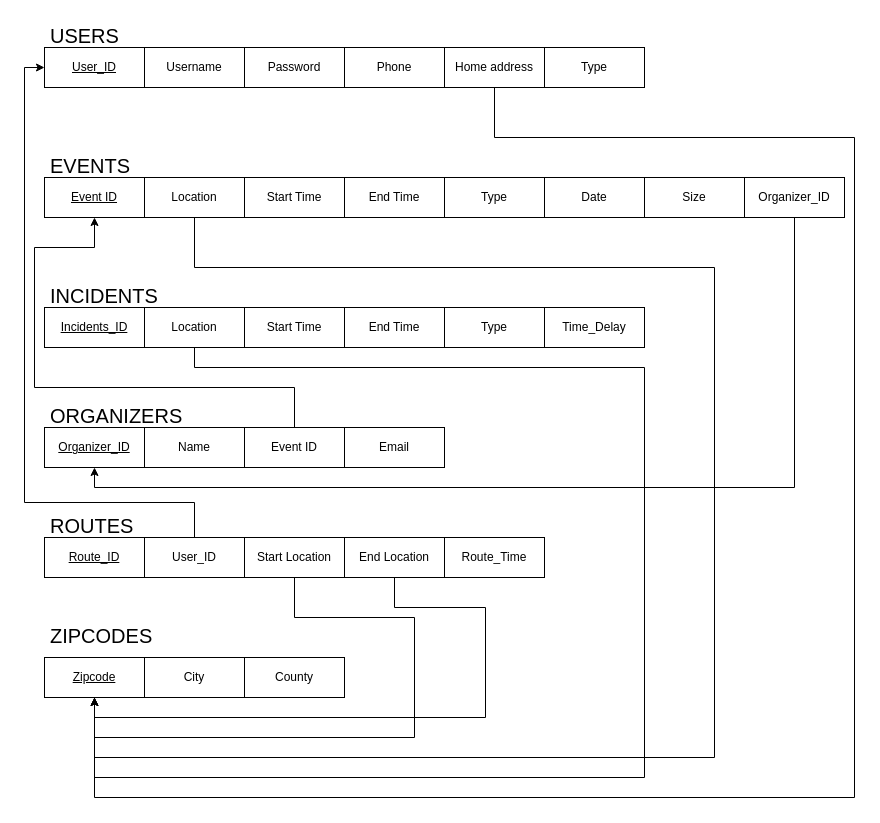
Before: src/TrafficSeeIllustrativeDiagram.drawio in mariababko/TrafficSee, a draw.io diagram. Source tidied: cells renumbered, new cells numbered last; positions are measured from the earlier drawing's top-left corner, leaving out a move shared by most shapes. Both pictures are drawn from the tidied source at 100%, with x=0, y=0 at pixel (24, 17).
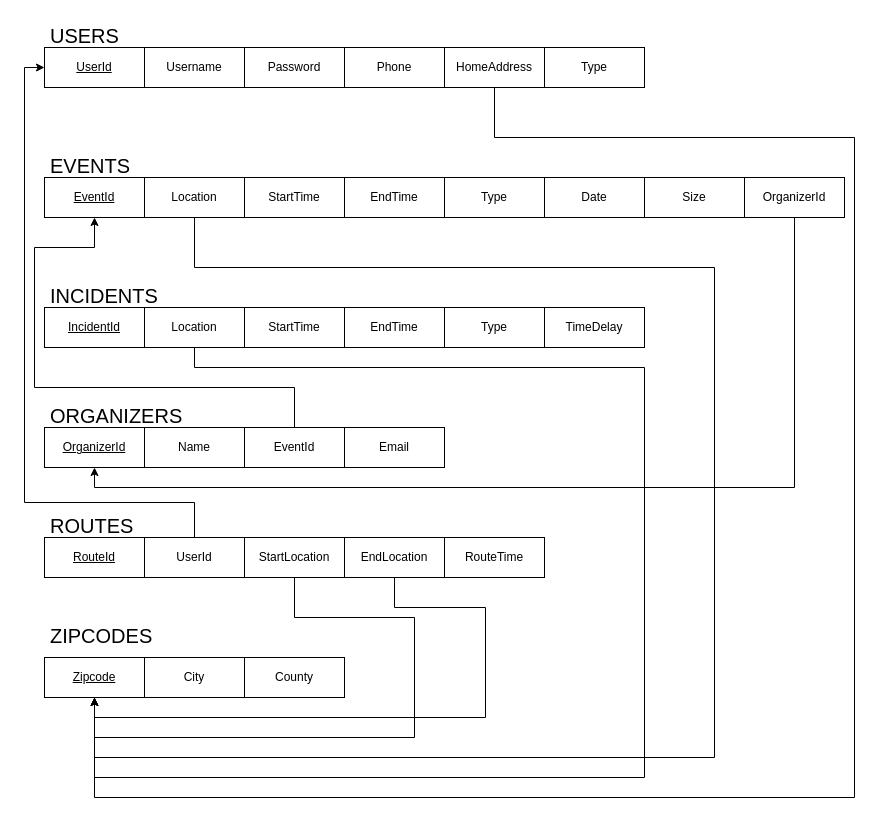
After the change.

The edit, as a diff of the source:
```diff
@@
-    <mxCell id="3" value="&lt;u&gt;User_ID&lt;/u&gt;" style="whiteSpace=wrap;html=1;align=center;" parent="1" vertex="1">
+    <mxCell id="3" value="&lt;u&gt;UserId&lt;/u&gt;" style="whiteSpace=wrap;html=1;align=center;" parent="1" vertex="1">
       <mxGeometry x="20" y="30" width="100" height="40" as="geometry" />
     </mxCell>
@@
-    <mxCell id="8" value="Home address" style="whiteSpace=wrap;html=1;align=center;" parent="1" vertex="1">
+    <mxCell id="8" value="HomeAddress" style="whiteSpace=wrap;html=1;align=center;" parent="1" vertex="1">
       <mxGeometry x="420" y="30" width="100" height="40" as="geometry" />
     </mxCell>
@@
-    <mxCell id="12" value="&lt;u&gt;Event ID&lt;/u&gt;" style="whiteSpace=wrap;html=1;align=center;" parent="1" vertex="1">
+    <mxCell id="12" value="&lt;u&gt;EventId&lt;/u&gt;" style="whiteSpace=wrap;html=1;align=center;" parent="1" vertex="1">
       <mxGeometry x="20" y="160" width="100" height="40" as="geometry" />
     </mxCell>
-    <mxCell id="13" value="Start Time" style="whiteSpace=wrap;html=1;align=center;" parent="1" vertex="1">
+    <mxCell id="13" value="StartTime" style="whiteSpace=wrap;html=1;align=center;" parent="1" vertex="1">
       <mxGeometry x="220" y="160" width="100" height="40" as="geometry" />
     </mxCell>
@@
-    <mxCell id="15" value="End Time" style="whiteSpace=wrap;html=1;align=center;" parent="1" vertex="1">
+    <mxCell id="15" value="EndTime" style="whiteSpace=wrap;html=1;align=center;" parent="1" vertex="1">
       <mxGeometry x="320" y="160" width="100" height="40" as="geometry" />
     </mxCell>
@@
-    <mxCell id="21" value="&lt;u&gt;Incidents_ID&lt;/u&gt;" style="whiteSpace=wrap;html=1;align=center;" parent="1" vertex="1">
+    <mxCell id="21" value="&lt;u&gt;IncidentId&lt;/u&gt;" style="whiteSpace=wrap;html=1;align=center;" parent="1" vertex="1">
       <mxGeometry x="20" y="290" width="100" height="40" as="geometry" />
     </mxCell>
-    <mxCell id="22" value="Start Time" style="whiteSpace=wrap;html=1;align=center;" parent="1" vertex="1">
+    <mxCell id="22" value="StartTime" style="whiteSpace=wrap;html=1;align=center;" parent="1" vertex="1">
       <mxGeometry x="220" y="290" width="100" height="40" as="geometry" />
     </mxCell>
@@
-    <mxCell id="24" value="End Time" style="whiteSpace=wrap;html=1;align=center;" parent="1" vertex="1">
+    <mxCell id="24" value="EndTime" style="whiteSpace=wrap;html=1;align=center;" parent="1" vertex="1">
       <mxGeometry x="320" y="290" width="100" height="40" as="geometry" />
     </mxCell>
@@
-    <mxCell id="27" value="&lt;u&gt;Organizer_ID&lt;/u&gt;" style="whiteSpace=wrap;html=1;align=center;" parent="1" vertex="1">
+    <mxCell id="27" value="&lt;u&gt;OrganizerId&lt;/u&gt;" style="whiteSpace=wrap;html=1;align=center;" parent="1" vertex="1">
       <mxGeometry x="20" y="410" width="100" height="40" as="geometry" />
     </mxCell>
@@
-    <mxCell id="29" value="Event ID" style="whiteSpace=wrap;html=1;align=center;" parent="1" vertex="1">
+    <mxCell id="29" value="EventId" style="whiteSpace=wrap;html=1;align=center;" parent="1" vertex="1">
       <mxGeometry x="220" y="410" width="100" height="40" as="geometry" />
     </mxCell>
@@
-    <mxCell id="32" value="Organizer_ID" style="whiteSpace=wrap;html=1;align=center;" parent="1" vertex="1">
+    <mxCell id="32" value="OrganizerId" style="whiteSpace=wrap;html=1;align=center;" parent="1" vertex="1">
       <mxGeometry x="720" y="160" width="100" height="40" as="geometry" />
     </mxCell>
@@
-    <mxCell id="34" value="Start Location" style="whiteSpace=wrap;html=1;align=center;" parent="1" vertex="1">
+    <mxCell id="34" value="StartLocation" style="whiteSpace=wrap;html=1;align=center;" parent="1" vertex="1">
       <mxGeometry x="220" y="520" width="100" height="40" as="geometry" />
     </mxCell>
-    <mxCell id="35" value="User_ID" style="whiteSpace=wrap;html=1;align=center;" parent="1" vertex="1">
+    <mxCell id="35" value="UserId" style="whiteSpace=wrap;html=1;align=center;" parent="1" vertex="1">
       <mxGeometry x="120" y="520" width="100" height="40" as="geometry" />
     </mxCell>
@@
-    <mxCell id="37" value="End Location" style="whiteSpace=wrap;html=1;align=center;" parent="1" vertex="1">
+    <mxCell id="37" value="EndLocation" style="whiteSpace=wrap;html=1;align=center;" parent="1" vertex="1">
       <mxGeometry x="320" y="520" width="100" height="40" as="geometry" />
     </mxCell>
@@
-    <mxCell id="40" value="Route_Time" style="whiteSpace=wrap;html=1;align=center;" parent="1" vertex="1">
+    <mxCell id="40" value="RouteTime" style="whiteSpace=wrap;html=1;align=center;" parent="1" vertex="1">
       <mxGeometry x="420" y="520" width="100" height="40" as="geometry" />
     </mxCell>
-    <mxCell id="41" value="Time_Delay" style="whiteSpace=wrap;html=1;align=center;" parent="1" vertex="1">
+    <mxCell id="41" value="TimeDelay" style="whiteSpace=wrap;html=1;align=center;" parent="1" vertex="1">
       <mxGeometry x="520" y="290" width="100" height="40" as="geometry" />
     </mxCell>
@@
-    <mxCell id="45" value="&lt;u&gt;Route_ID&lt;/u&gt;" style="whiteSpace=wrap;html=1;align=center;" parent="1" vertex="1">
+    <mxCell id="45" value="&lt;u&gt;RouteId&lt;/u&gt;" style="whiteSpace=wrap;html=1;align=center;" parent="1" vertex="1">
       <mxGeometry x="20" y="520" width="100" height="40" as="geometry" />
     </mxCell>
```
